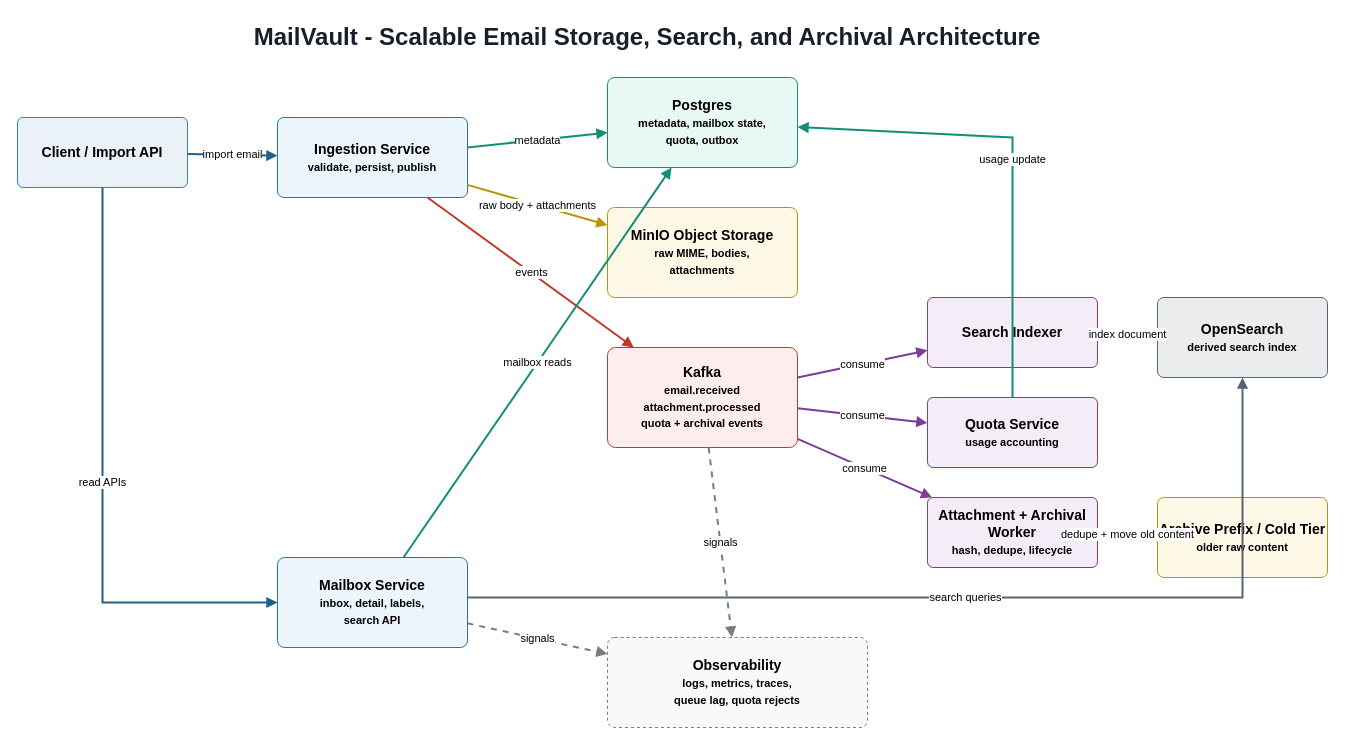
Before: docs/architecture.drawio in AbhinavMantri/mailvault, a draw.io diagram. Source tidied: cells renumbered, new cells numbered last; positions are measured from the earlier drawing's top-left corner, leaving out a move shared by most shapes. Both pictures are drawn from the tidied source at 100%, with x=0, y=0 at pixel (17, 17).
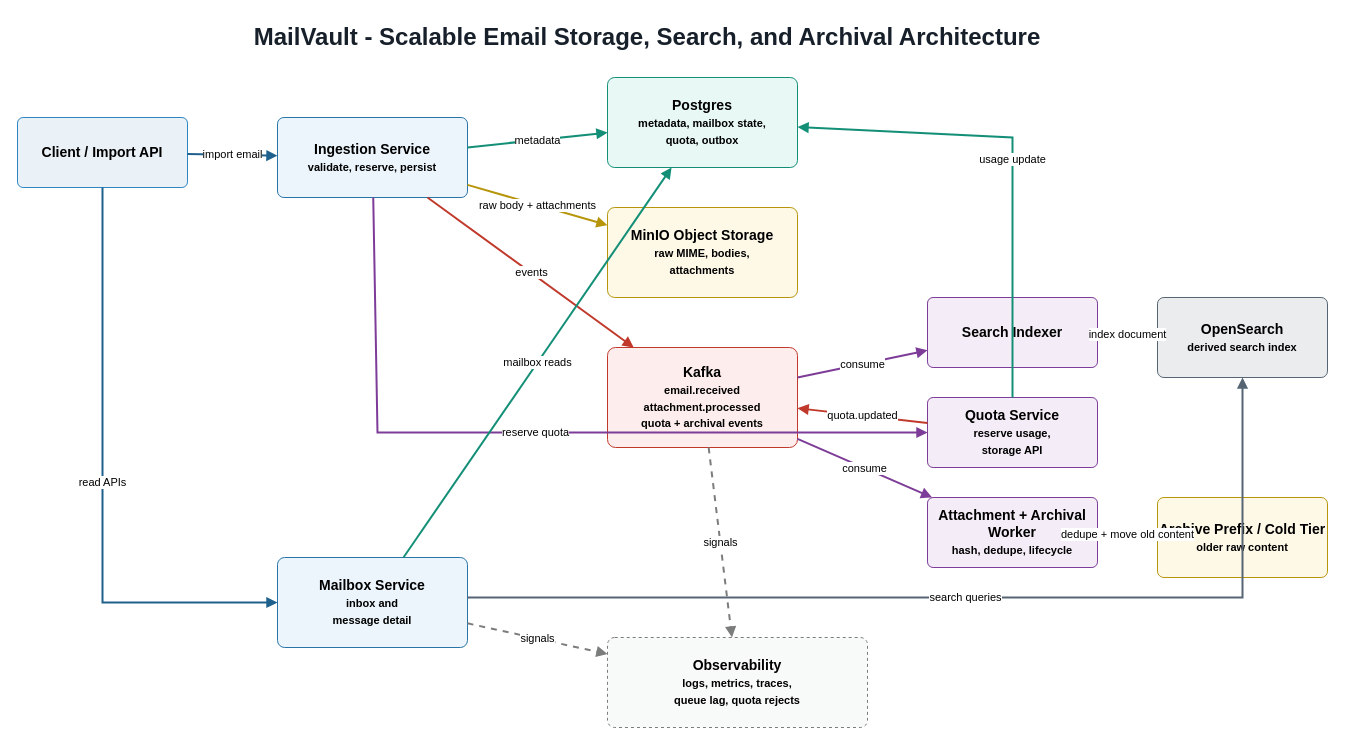
Above is the later version.

Commit message (it also covers changes not shown here):
Update docs for quota service boundary

The change refers to these unchanged cells:
```xml
<mxCell id="7" value="Kafka&lt;br&gt;&lt;font style=&quot;font-size: 11px;&quot;&gt;email.received&lt;br&gt;attachment.processed&lt;br&gt;quota + archival events&lt;/font&gt;" style="rounded=1;whiteSpace=wrap;html=1;arcSize=8;fillColor=#FDEDEC;strokeColor=#C0392B;fontSize=14;fontStyle=1;" parent="1" vertex="1">
  <mxGeometry x="590" y="330" width="190" height="100" as="geometry" />
</mxCell>
```

Diff of the diagram source:
```diff
@@
-    <mxCell id="4" value="Ingestion Service&lt;br&gt;&lt;font style=&quot;font-size: 11px;&quot;&gt;validate, persist, publish&lt;/font&gt;" style="rounded=1;whiteSpace=wrap;html=1;arcSize=8;fillColor=#EBF5FB;strokeColor=#2874A6;fontSize=14;fontStyle=1;" parent="1" vertex="1">
+    <mxCell id="4" value="Ingestion Service&lt;br&gt;&lt;font style=&quot;font-size: 11px;&quot;&gt;validate, reserve, persist&lt;/font&gt;" style="rounded=1;whiteSpace=wrap;html=1;arcSize=8;fillColor=#EBF5FB;strokeColor=#2874A6;fontSize=14;fontStyle=1;" parent="1" vertex="1">
       <mxGeometry x="260" y="100" width="190" height="80" as="geometry" />
     </mxCell>
@@
-    <mxCell id="9" value="Quota Service&lt;br&gt;&lt;font style=&quot;font-size: 11px;&quot;&gt;usage accounting&lt;/font&gt;" style="rounded=1;whiteSpace=wrap;html=1;arcSize=8;fillColor=#F4ECF7;strokeColor=#7D3C98;fontSize=14;fontStyle=1;" parent="1" vertex="1">
+    <mxCell id="9" value="Quota Service&lt;br&gt;&lt;font style=&quot;font-size: 11px;&quot;&gt;reserve usage,&lt;br&gt;storage API&lt;/font&gt;" style="rounded=1;whiteSpace=wrap;html=1;arcSize=8;fillColor=#F4ECF7;strokeColor=#7D3C98;fontSize=14;fontStyle=1;" parent="1" vertex="1">
       <mxGeometry x="910" y="380" width="170" height="70" as="geometry" />
     </mxCell>
@@
-    <mxCell id="12" value="Mailbox Service&lt;br&gt;&lt;font style=&quot;font-size: 11px;&quot;&gt;inbox, detail, labels,&lt;br&gt;search API&lt;/font&gt;" style="rounded=1;whiteSpace=wrap;html=1;arcSize=8;fillColor=#EBF5FB;strokeColor=#2874A6;fontSize=14;fontStyle=1;" parent="1" vertex="1">
+    <mxCell id="12" value="Mailbox Service&lt;br&gt;&lt;font style=&quot;font-size: 11px;&quot;&gt;inbox and&lt;br&gt;message detail&lt;/font&gt;" style="rounded=1;whiteSpace=wrap;html=1;arcSize=8;fillColor=#EBF5FB;strokeColor=#2874A6;fontSize=14;fontStyle=1;" parent="1" vertex="1">
       <mxGeometry x="260" y="540" width="190" height="90" as="geometry" />
     </mxCell>
@@
-    <mxCell id="20" value="consume" style="endArrow=block;html=1;rounded=0;strokeWidth=2;strokeColor=#7D3C98;fontSize=11;" parent="1" edge="1" source="7" target="9">
+    <mxCell id="20" value="quota.updated" style="endArrow=block;html=1;rounded=0;strokeWidth=2;strokeColor=#C0392B;fontSize=11;" parent="1" edge="1" source="9" target="7">
       <mxGeometry relative="1" as="geometry" />
     </mxCell>
@@
+    <mxCell id="30" value="reserve quota" style="endArrow=block;html=1;rounded=0;strokeWidth=2;strokeColor=#7D3C98;fontSize=11;" parent="1" edge="1" source="4" target="9">
+      <mxGeometry relative="1" as="geometry">
+        <Array as="points">
+          <mxPoint x="360" y="415" />
+        </Array>
+      </mxGeometry>
+    </mxCell>
```
